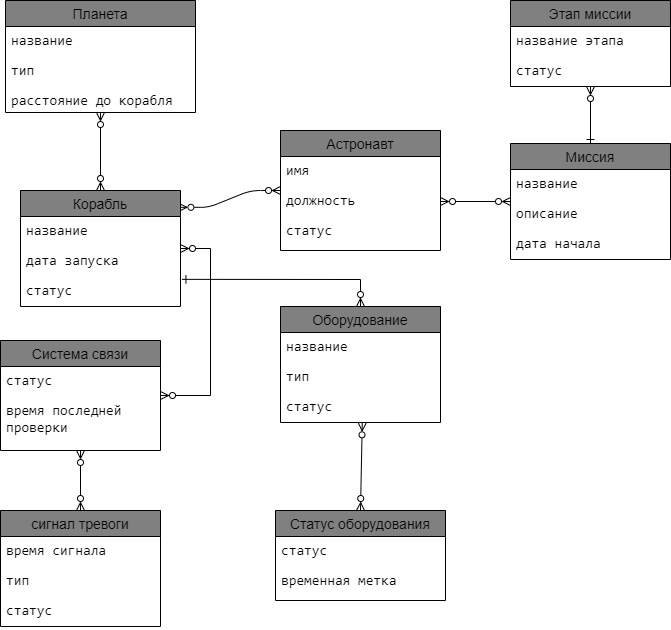
ivanstylish/ITMO-Study-Note keeps this draw.io diagram as Database/labs/lab1/DatabaseLab1.drawio.png. Above is the earlier version. Source tidied: cells renumbered, new cells last; positions are measured from the earlier drawing's top-left corner, leaving out a move shared by most shapes.
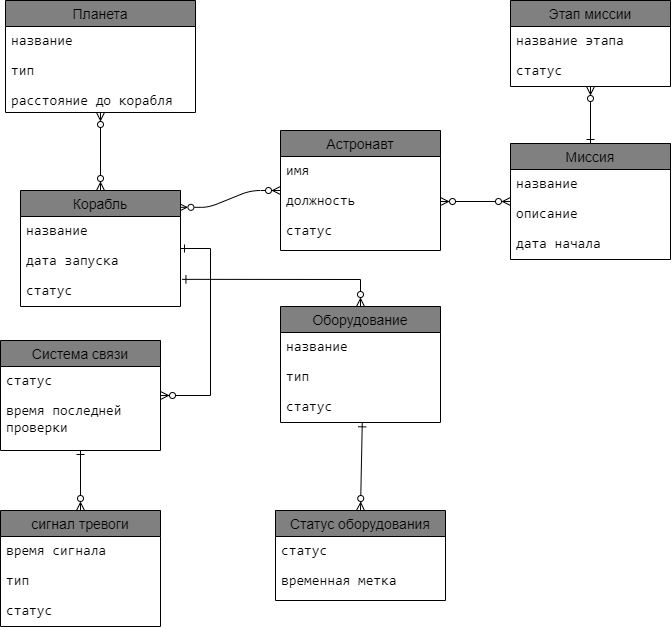
Above is the later version.

What changed in the source:
```diff
@@ -101,10 +101,10 @@
     <mxCell id="34" value="&lt;span style=&quot;font-size: 10.5pt; font-family: Consolas;&quot;&gt;&lt;font style=&quot;color: rgb(0, 0, 0);&quot;&gt;статус&lt;/font&gt;&lt;/span&gt;" style="text;strokeColor=none;fillColor=none;spacingLeft=4;spacingRight=4;overflow=hidden;fontSize=12;whiteSpace=wrap;html=1;" parent="31" vertex="1">
       <mxGeometry y="86" width="160" height="30" as="geometry" />
     </mxCell>
-    <mxCell id="35" style="endArrow=ERzeroToMany;html=1;rounded=0;exitX=0.511;exitY=1.011;exitDx=0;exitDy=0;exitPerimeter=0;entryX=0.5;entryY=0;entryDx=0;entryDy=0;startArrow=ERzeroToMany;startFill=0;endFill=0;" parent="1" edge="1" source="19" target="28">
+    <mxCell id="35" style="endArrow=ERzeroToMany;html=1;rounded=0;exitX=0.511;exitY=1.011;exitDx=0;exitDy=0;exitPerimeter=0;entryX=0.5;entryY=0;entryDx=0;entryDy=0;startArrow=ERone;startFill=0;endFill=0;" parent="1" edge="1" source="19" target="28">
       <mxGeometry relative="1" as="geometry" />
     </mxCell>
-    <mxCell id="36" style="edgeStyle=entityRelationEdgeStyle;fontSize=12;html=1;endArrow=ERzeroToMany;startArrow=ERzeroToMany;rounded=0;startFill=0;" parent="1" edge="1" source="3" target="25">
+    <mxCell id="36" style="edgeStyle=entityRelationEdgeStyle;fontSize=12;html=1;endArrow=ERzeroToMany;startArrow=ERone;rounded=0;startFill=0;" parent="1" edge="1" source="3" target="25">
       <mxGeometry relative="1" as="geometry" />
     </mxCell>
     <mxCell id="37" value="Этап миссии" style="swimlane;fontStyle=0;horizontal=1;startSize=26;align=center;fontSize=14;fillColor=#808080;" parent="1" vertex="1">
@@ -123,7 +123,7 @@
         </Array>
       </mxGeometry>
     </mxCell>
-    <mxCell id="41" style="endArrow=ERzeroToMany;html=1;rounded=0;entryX=0.5;entryY=0;entryDx=0;entryDy=0;startArrow=ERzeroToMany;startFill=0;endFill=0;" parent="1" edge="1" source="25" target="31">
+    <mxCell id="41" style="endArrow=ERzeroToMany;html=1;rounded=0;entryX=0.5;entryY=0;entryDx=0;entryDy=0;startArrow=ERone;startFill=0;endFill=0;" parent="1" edge="1" source="25" target="31">
       <mxGeometry relative="1" as="geometry">
         <Array as="points">
           <mxPoint x="80" y="510" />
```
